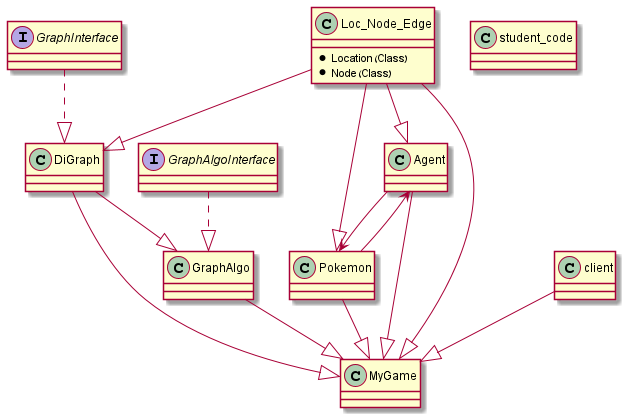
The PlantUML diagram diagram.png in haimgoldfisher/OOP_Ex4, before a commit.
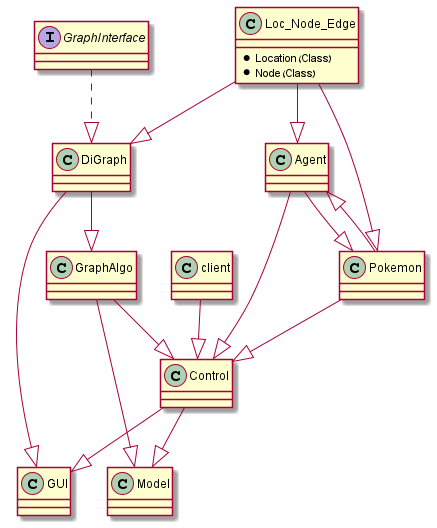
The same diagram one commit later.

Change to the diagram source:
```diff
@@ -12,11 +12,6 @@
 }
 
 class DiGraph
-{
-
-}
-
-interface GraphAlgoInterface
 {
 
 }
@@ -36,7 +31,17 @@
 
 }
 
-class MyGame
+class Model
+{
+
+}
+
+class Control
+{
+
+}
+
+class GUI
 {
 
 }
@@ -46,28 +51,24 @@
 
 }
 
-class student_code
-{
-
-}
-
 Loc_Node_Edge --|> DiGraph
-GraphAlgoInterface ..|> GraphAlgo
 GraphInterface ..|> DiGraph
 DiGraph --|> GraphAlgo
+
+DiGraph --|> GUI
 
 Loc_Node_Edge --|> Pokemon
 Loc_Node_Edge --|> Agent
 
-Pokemon --> Agent
-Agent --> Pokemon
+Pokemon --|> Agent
+Agent --|> Pokemon
 
-Loc_Node_Edge --|> MyGame
-DiGraph --|> MyGame
-GraphAlgo --|> MyGame
-Pokemon --|> MyGame
-client --|> MyGame
-Agent --|> MyGame
+GraphAlgo --|> Model
+GraphAlgo --|> Control
 
-
+Pokemon --|> Control
+Agent --|> Control
+Control --|> GUI
+Control --|> Model
+client --|> Control
 @enduml
```
